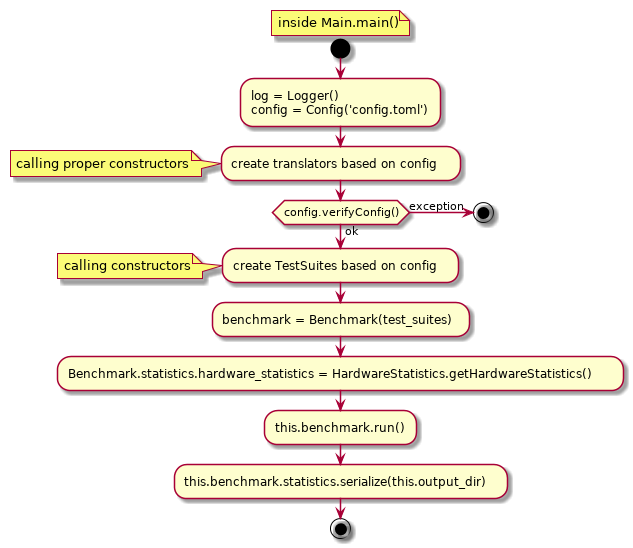
This is benchmark/activity_diagrams/main_run.png from Mateusz-Grzelinski/set-research-documentation, a PlantUML export, as it was before one commit.
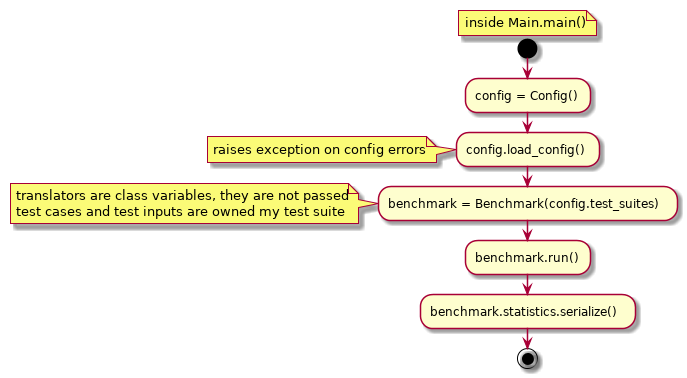
After the commit.

Diff of the diagram source:
```diff
@@ -1,22 +1,14 @@
 @startuml
 floating note: inside Main.main()
 start
-:log = Logger()
-config = Config('config.toml');
 
-:create translators based on config;
-note: calling proper constructors
-
-if (config.verifyConfig()) then (ok)
-  :create TestSuites based on config;
-note: calling constructors
-  :benchmark = Benchmark(test_suites);
-  :Benchmark.statistics.hardware_statistics = HardwareStatistics.getHardwareStatistics();
-  :this.benchmark.run();
-  :this.benchmark.statistics.serialize(this.output_dir);
-else (exception)
-  stop;
-endif;
+:config = Config();
+:config.load_config();
+note: raises exception on config errors
+:benchmark = Benchmark(config.test_suites);
+note: translators are class variables, they are not passed\ntest cases and test inputs are owned my test suite
+:benchmark.run();
+:benchmark.statistics.serialize();
 
 stop
 
```
